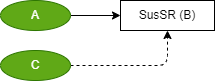
Earlier version of the draw.io export Language/png/IF5.dio.png (DualsoftDev/ds). Source tidied: cells renumbered, new cells last; positions are measured from the earlier drawing's top-left corner, leaving out a move shared by most shapes. Source of this version:
```xml
<mxGraphModel>
  <root>
    <mxCell id="0" />
    <mxCell id="1" parent="0" />
    <mxCell id="2" style="edgeStyle=none;html=1;exitX=1;exitY=0.5;exitDx=0;exitDy=0;entryX=0;entryY=0.5;entryDx=0;entryDy=0;" parent="1" edge="1" source="6" target="5">
      <mxGeometry relative="1" as="geometry" />
    </mxCell>
    <mxCell id="3" style="edgeStyle=orthogonalEdgeStyle;html=1;exitX=1;exitY=0.5;exitDx=0;exitDy=0;entryX=0.5;entryY=1;entryDx=0;entryDy=0;dashed=1;" parent="1" edge="1" source="4" target="5">
      <mxGeometry relative="1" as="geometry" />
    </mxCell>
    <mxCell id="4" value="C" style="ellipse;whiteSpace=wrap;html=1;fillColor=#60a917;fontColor=#ffffff;strokeColor=#2D7600;" parent="1" vertex="1">
      <mxGeometry y="50" width="70" height="30" as="geometry" />
    </mxCell>
    <mxCell id="5" value="SusSR (B)" style="rounded=0;whiteSpace=wrap;html=1;" parent="1" vertex="1">
      <mxGeometry x="120" width="94" height="30" as="geometry" />
    </mxCell>
    <mxCell id="6" value="A" style="ellipse;whiteSpace=wrap;html=1;fillColor=#60a917;fontColor=#ffffff;strokeColor=#2D7600;" parent="1" vertex="1">
      <mxGeometry width="70" height="30" as="geometry" />
    </mxCell>
  </root>
</mxGraphModel>
```
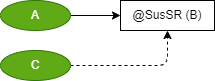
The same file after the commit.

The edit, as a diff of the source:
```diff
@@ -11,7 +11,7 @@
     <mxCell id="4" value="C" style="ellipse;whiteSpace=wrap;html=1;fillColor=#60a917;fontColor=#ffffff;strokeColor=#2D7600;" parent="1" vertex="1">
       <mxGeometry y="50" width="70" height="30" as="geometry" />
     </mxCell>
-    <mxCell id="5" value="SusSR (B)" style="rounded=0;whiteSpace=wrap;html=1;" parent="1" vertex="1">
+    <mxCell id="5" value="@SusSR (B)" style="rounded=0;whiteSpace=wrap;html=1;" parent="1" vertex="1">
       <mxGeometry x="120" width="94" height="30" as="geometry" />
     </mxCell>
     <mxCell id="6" value="A" style="ellipse;whiteSpace=wrap;html=1;fillColor=#60a917;fontColor=#ffffff;strokeColor=#2D7600;" parent="1" vertex="1">
```
